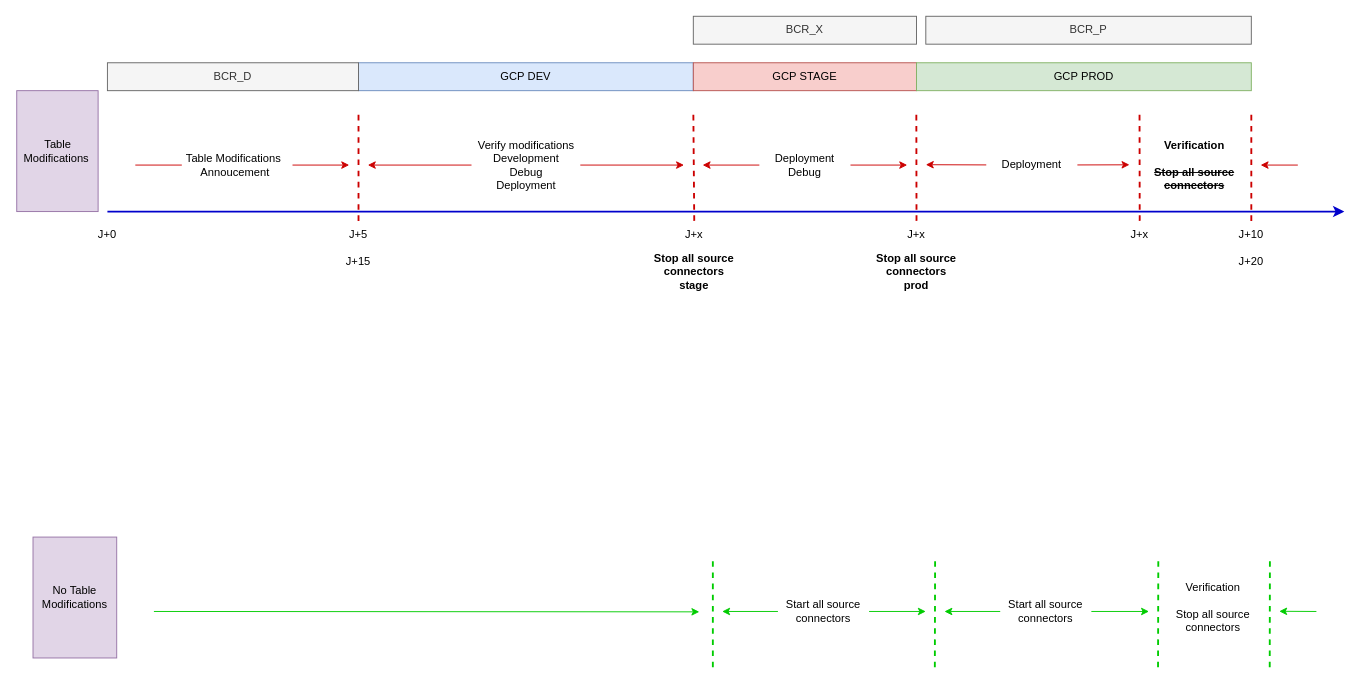
wunyu/drawio keeps this draw.io diagram as kfk_deployment.drawio. Above is the earlier version. Source tidied: cells renumbered, new cells numbered last; positions are measured from the earlier drawing's top-left corner, leaving out a move shared by most shapes. Both pictures are drawn from the tidied source at 93%, with x=0, y=0 at pixel (16, 16).
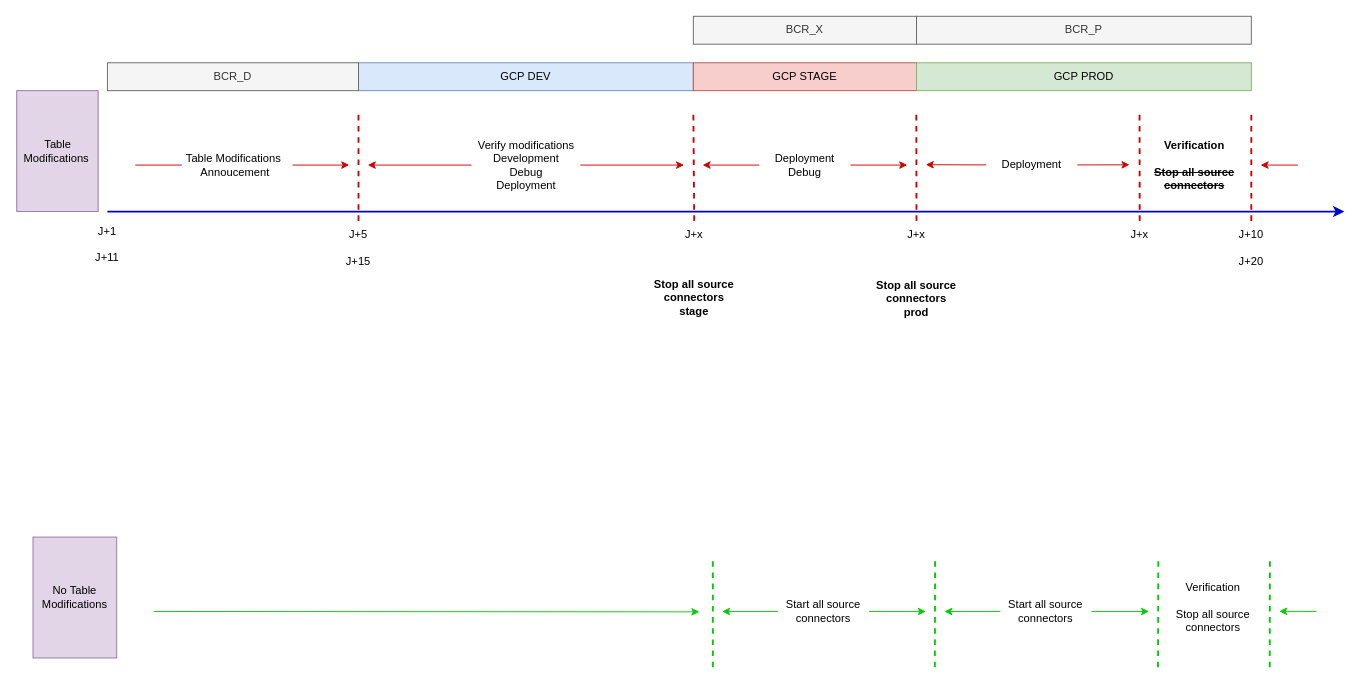
After the change.

Change to the diagram source:
```diff
@@
     <mxCell id="47" value="BCR_P" style="text;html=1;align=center;verticalAlign=middle;whiteSpace=wrap;rounded=0;fillColor=#f5f5f5;strokeColor=#666666;fontColor=#333333;" parent="1" vertex="1">
-      <mxGeometry x="978" width="350" height="30" as="geometry" />
+      <mxGeometry x="968" width="360" height="30" as="geometry" />
     </mxCell>
     <mxCell id="48" value="&lt;b&gt;Stop all source connectors&lt;br&gt;stage&lt;br&gt;&lt;/b&gt;" style="text;html=1;align=center;verticalAlign=middle;whiteSpace=wrap;rounded=0;" parent="1" vertex="1">
-      <mxGeometry x="680" y="260" width="98" height="30" as="geometry" />
+      <mxGeometry x="679.5" y="288" width="98" height="30" as="geometry" />
     </mxCell>
     <mxCell id="49" value="&lt;b&gt;Stop all source connectors &lt;br&gt;prod&lt;/b&gt;" style="text;html=1;align=center;verticalAlign=middle;whiteSpace=wrap;rounded=0;" parent="1" vertex="1">
-      <mxGeometry x="919" y="260" width="98" height="30" as="geometry" />
+      <mxGeometry x="918.5" y="289" width="98" height="30" as="geometry" />
     </mxCell>
@@
-    <mxCell id="52" value="J+0" style="text;html=1;align=center;verticalAlign=middle;whiteSpace=wrap;rounded=0;" parent="1" vertex="1">
-      <mxGeometry x="68" y="220" width="60" height="30" as="geometry" />
+    <mxCell id="52" value="J+1" style="text;html=1;align=center;verticalAlign=middle;whiteSpace=wrap;rounded=0;" parent="1" vertex="1">
+      <mxGeometry x="68" y="217" width="60" height="30" as="geometry" />
     </mxCell>
+    <mxCell id="53" value="J+11" style="text;html=1;align=center;verticalAlign=middle;whiteSpace=wrap;rounded=0;" parent="1" vertex="1">
+      <mxGeometry x="68" y="245" width="60" height="30" as="geometry" />
+    </mxCell>
```
